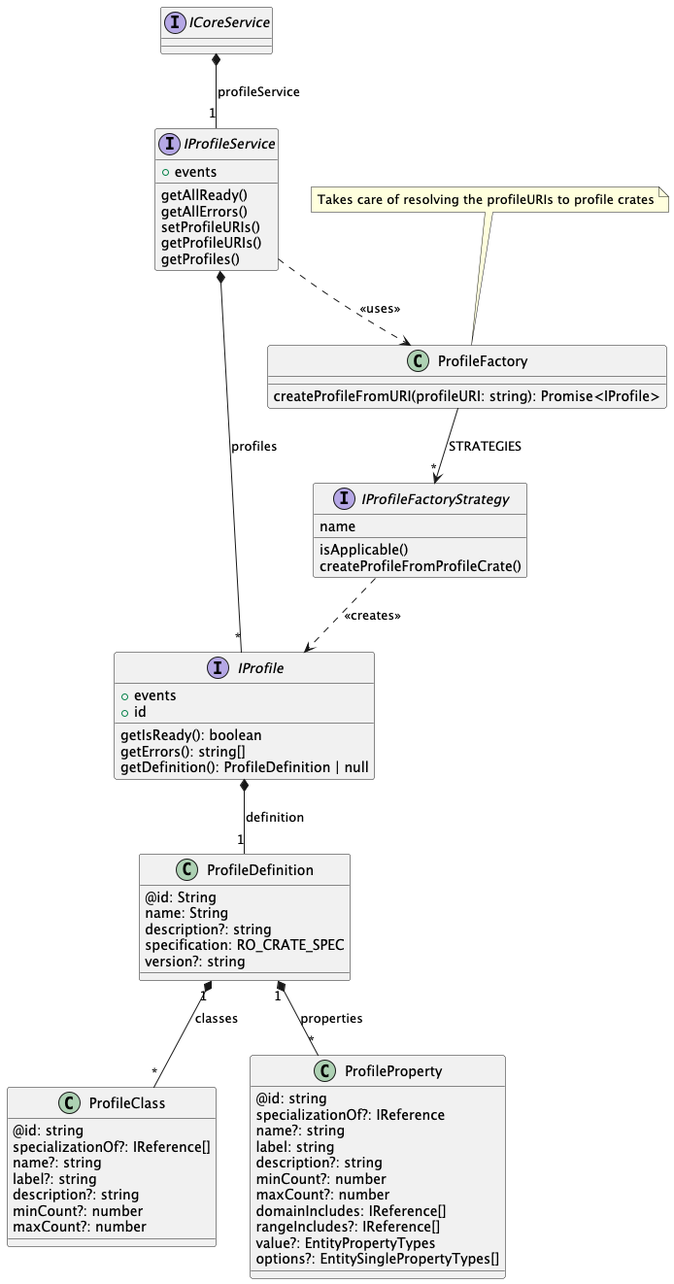
kit-data-manager/NovaCrate keeps this PlantUML diagram as docs/figures/lib/lib-profiles.png. Above is the earlier version.
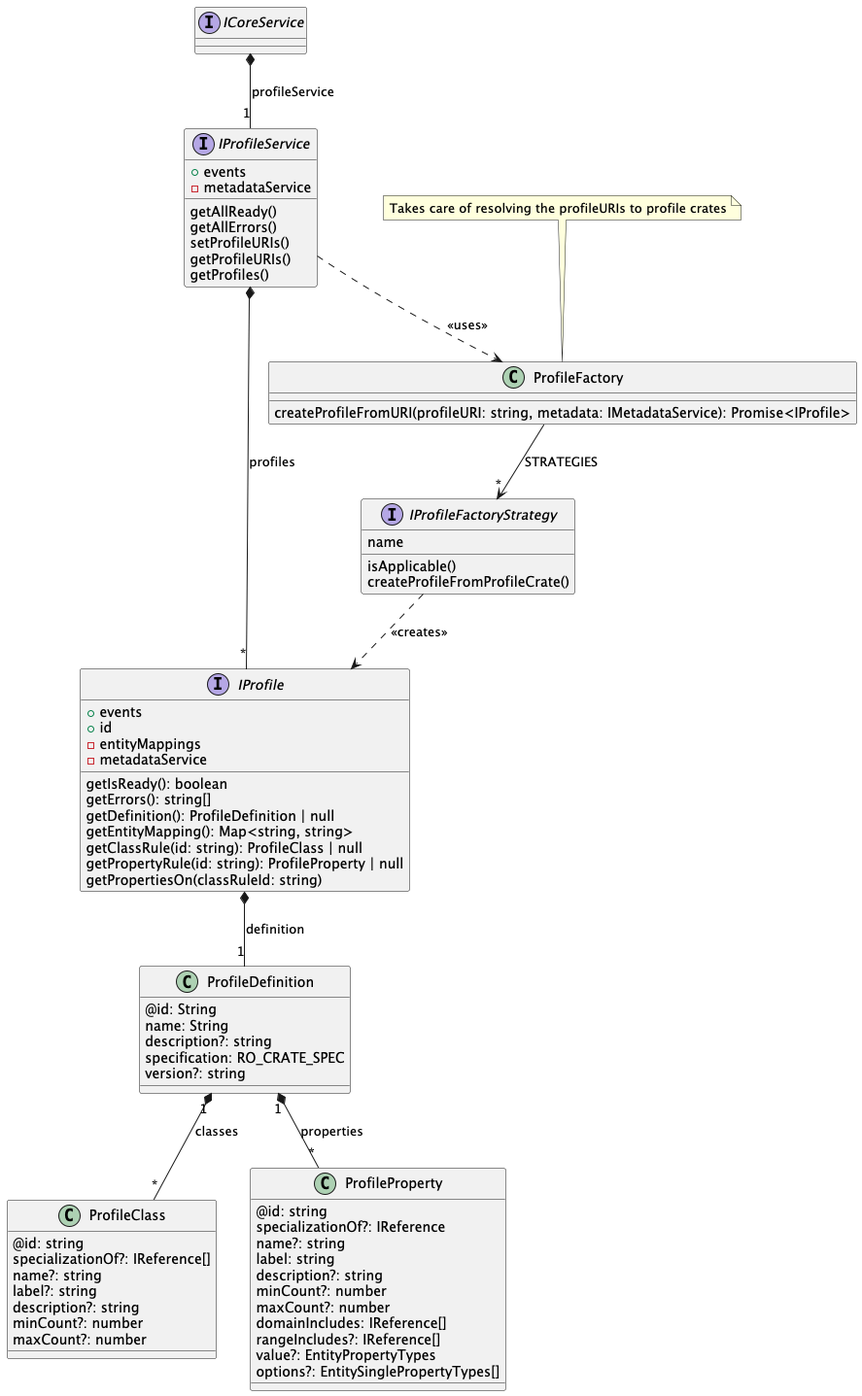
Above is the later version.

Change to the diagram source:
```diff
@@ -4,6 +4,7 @@
 
 interface IProfileService {
     + events
+    - metadataService
     getAllReady()
     getAllErrors()
     setProfileURIs()
@@ -14,13 +15,19 @@
 interface IProfile {
     + events
     + id
+    - entityMappings
+    - metadataService
     getIsReady(): boolean
     getErrors(): string[]
     getDefinition(): ProfileDefinition | null
+    getEntityMapping(): Map<string, string>
+    getClassRule(id: string): ProfileClass | null
+    getPropertyRule(id: string): ProfileProperty | null
+    getPropertiesOn(classRuleId: string)
 }
 
 class ProfileFactory {
-    createProfileFromURI(profileURI: string): Promise<IProfile>
+    createProfileFromURI(profileURI: string, metadata: IMetadataService): Promise<IProfile>
 }
 
 note top of ProfileFactory: Takes care of resolving the profileURIs to profile crates
```
